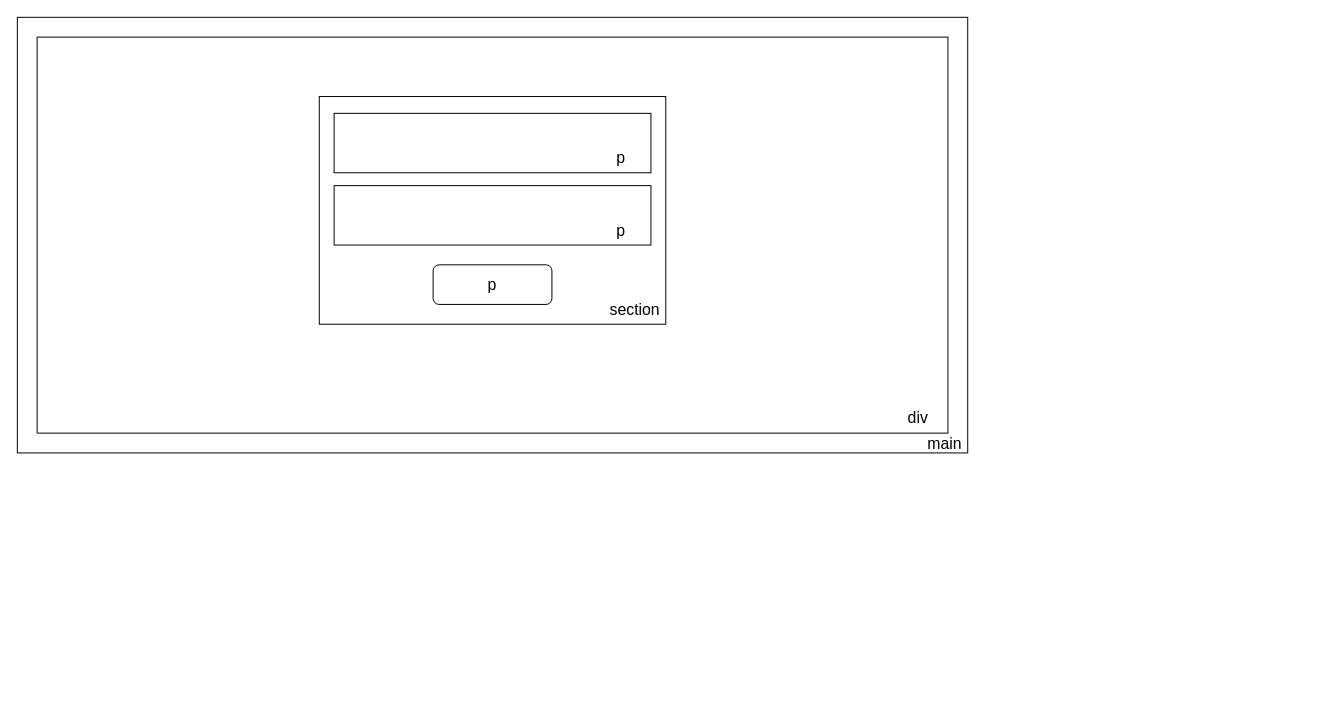
The draw.io diagram page "Home" (1 of 3) of HW/Untitled Diagram.drawio in hey-aubs/GA-Aubrey, before the edit. Source tidied: cells renumbered, new cells numbered last; positions are measured from the earlier drawing's top-left corner, leaving out a move shared by most shapes. Both pictures are drawn from the tidied source at 99%, with x=0, y=0 at pixel (17, 17).
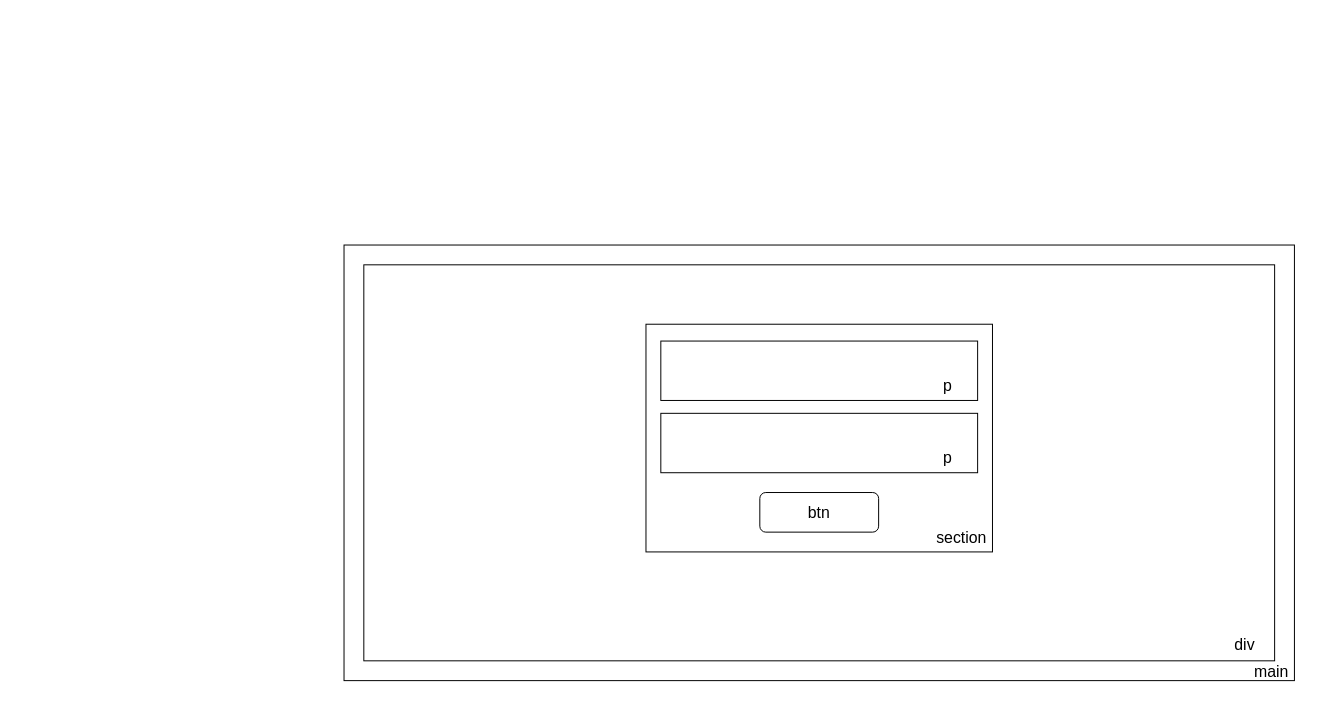
After the change.

The edit, as a diff of the source:
```diff
@@
 <mxGraphModel>
   <root>
     <mxCell id="0" />
     <mxCell id="1" parent="0" />
+    <mxCell id="14" style="group;" parent="1" vertex="1">
+      <mxGeometry x="330" y="230" width="967" height="446" as="geometry" />
+    </mxCell>
-    <mxCell id="2" style="rounded=0;whiteSpace=wrap;html=1;" parent="1" vertex="1">
+    <mxCell id="2" style="rounded=0;whiteSpace=wrap;html=1;" parent="14" vertex="1">
       <mxGeometry width="960" height="440" as="geometry" />
     </mxCell>
-    <mxCell id="3" style="rounded=0;whiteSpace=wrap;html=1;fontSize=18;strokeColor=#000000;strokeWidth=1;fillColor=none;gradientColor=none;" parent="1" vertex="1">
+    <mxCell id="3" style="rounded=0;whiteSpace=wrap;html=1;fontSize=18;strokeColor=#000000;strokeWidth=1;fillColor=none;gradientColor=none;" parent="14" vertex="1">
       <mxGeometry x="20" y="20" width="920" height="400" as="geometry" />
     </mxCell>
-    <mxCell id="4" style="rounded=0;whiteSpace=wrap;html=1;fontSize=18;strokeColor=#000000;strokeWidth=1;fillColor=none;gradientColor=none;" parent="1" vertex="1">
+    <mxCell id="4" style="rounded=0;whiteSpace=wrap;html=1;fontSize=18;strokeColor=#000000;strokeWidth=1;fillColor=none;gradientColor=none;" parent="14" vertex="1">
       <mxGeometry x="305" y="80" width="350" height="230" as="geometry" />
     </mxCell>
-    <mxCell id="5" value="main" style="text;html=1;strokeColor=none;fillColor=none;align=center;verticalAlign=middle;whiteSpace=wrap;rounded=0;fontSize=16;" parent="1" vertex="1">
+    <mxCell id="5" value="main" style="text;html=1;strokeColor=none;fillColor=none;align=center;verticalAlign=middle;whiteSpace=wrap;rounded=0;fontSize=16;" parent="14" vertex="1">
       <mxGeometry x="907" y="416" width="60" height="30" as="geometry" />
     </mxCell>
-    <mxCell id="6" value="div" style="text;html=1;strokeColor=none;fillColor=none;align=center;verticalAlign=middle;whiteSpace=wrap;rounded=0;fontSize=16;" parent="1" vertex="1">
+    <mxCell id="6" value="div" style="text;html=1;strokeColor=none;fillColor=none;align=center;verticalAlign=middle;whiteSpace=wrap;rounded=0;fontSize=16;" parent="14" vertex="1">
       <mxGeometry x="880" y="389" width="60" height="30" as="geometry" />
     </mxCell>
-    <mxCell id="7" value="section" style="text;html=1;strokeColor=none;fillColor=none;align=center;verticalAlign=middle;whiteSpace=wrap;rounded=0;fontSize=16;" parent="1" vertex="1">
+    <mxCell id="7" value="section" style="text;html=1;strokeColor=none;fillColor=none;align=center;verticalAlign=middle;whiteSpace=wrap;rounded=0;fontSize=16;" parent="14" vertex="1">
       <mxGeometry x="594" y="280" width="60" height="30" as="geometry" />
     </mxCell>
-    <mxCell id="8" style="rounded=0;whiteSpace=wrap;html=1;fontSize=18;strokeColor=#000000;strokeWidth=1;fillColor=none;gradientColor=none;" parent="1" vertex="1">
+    <mxCell id="8" style="rounded=0;whiteSpace=wrap;html=1;fontSize=18;strokeColor=#000000;strokeWidth=1;fillColor=none;gradientColor=none;" parent="14" vertex="1">
       <mxGeometry x="320" y="97" width="320" height="60" as="geometry" />
     </mxCell>
-    <mxCell id="9" style="rounded=0;whiteSpace=wrap;html=1;fontSize=18;strokeColor=#000000;strokeWidth=1;fillColor=none;gradientColor=none;" parent="1" vertex="1">
+    <mxCell id="9" style="rounded=0;whiteSpace=wrap;html=1;fontSize=18;strokeColor=#000000;strokeWidth=1;fillColor=none;gradientColor=none;" parent="14" vertex="1">
       <mxGeometry x="320" y="170" width="320" height="60" as="geometry" />
     </mxCell>
-    <mxCell id="10" style="rounded=1;whiteSpace=wrap;html=1;fontSize=16;strokeColor=#000000;strokeWidth=1;fillColor=none;gradientColor=none;" parent="1" vertex="1">
+    <mxCell id="10" value="btn" style="rounded=1;whiteSpace=wrap;html=1;fontSize=16;strokeColor=#000000;strokeWidth=1;fillColor=none;gradientColor=none;" parent="14" vertex="1">
       <mxGeometry x="420" y="250" width="120" height="40" as="geometry" />
     </mxCell>
-    <mxCell id="11" value="p" style="text;html=1;strokeColor=none;fillColor=none;align=center;verticalAlign=middle;whiteSpace=wrap;rounded=0;fontSize=16;" parent="1" vertex="1">
+    <mxCell id="11" value="p" style="text;html=1;strokeColor=none;fillColor=none;align=center;verticalAlign=middle;whiteSpace=wrap;rounded=0;fontSize=16;" parent="14" vertex="1">
       <mxGeometry x="580" y="127" width="60" height="30" as="geometry" />
     </mxCell>
-    <mxCell id="12" value="p" style="text;html=1;strokeColor=none;fillColor=none;align=center;verticalAlign=middle;whiteSpace=wrap;rounded=0;fontSize=16;" parent="1" vertex="1">
+    <mxCell id="12" value="p" style="text;html=1;strokeColor=none;fillColor=none;align=center;verticalAlign=middle;whiteSpace=wrap;rounded=0;fontSize=16;" parent="14" vertex="1">
       <mxGeometry x="580" y="200" width="60" height="30" as="geometry" />
     </mxCell>
-    <mxCell id="13" value="p" style="text;html=1;strokeColor=none;fillColor=none;align=center;verticalAlign=middle;whiteSpace=wrap;rounded=0;fontSize=16;" parent="1" vertex="1">
-      <mxGeometry x="450" y="255" width="60" height="30" as="geometry" />
-    </mxCell>
   </root>
 </mxGraphModel>
```
